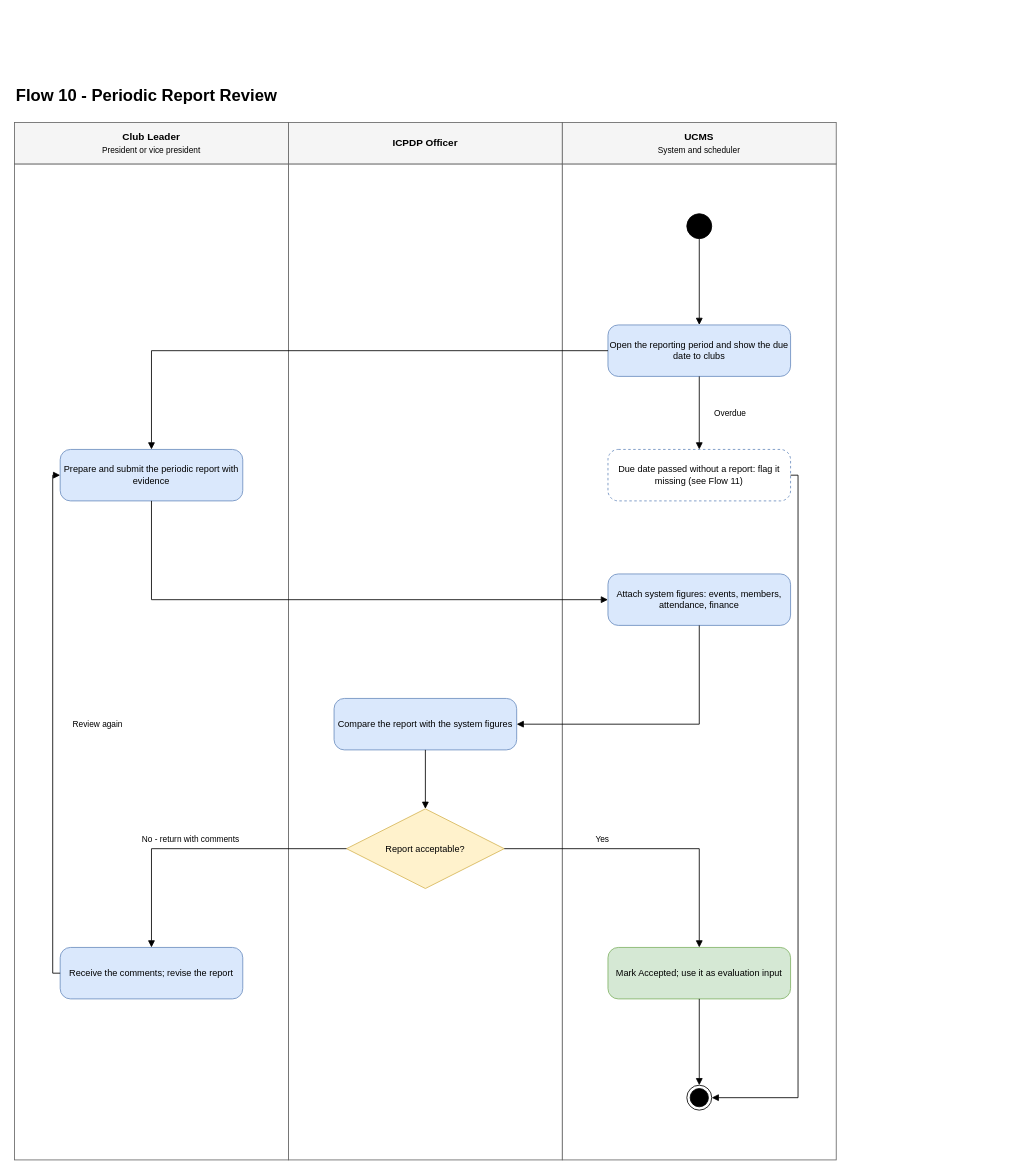
Above: page "10 Periodic Report" (10 of 14) of docs/03-diagrams/UCMS_Swimlane_Flows.drawio in nvdekay/ClubManagementSystem (draw.io), before the change. Source tidied: cells renumbered, new cells numbered last; positions are measured from the earlier drawing's top-left corner, leaving out a move shared by most shapes. Both pictures are drawn from the tidied source at 83%, with x=0, y=0 at pixel (14, 81).
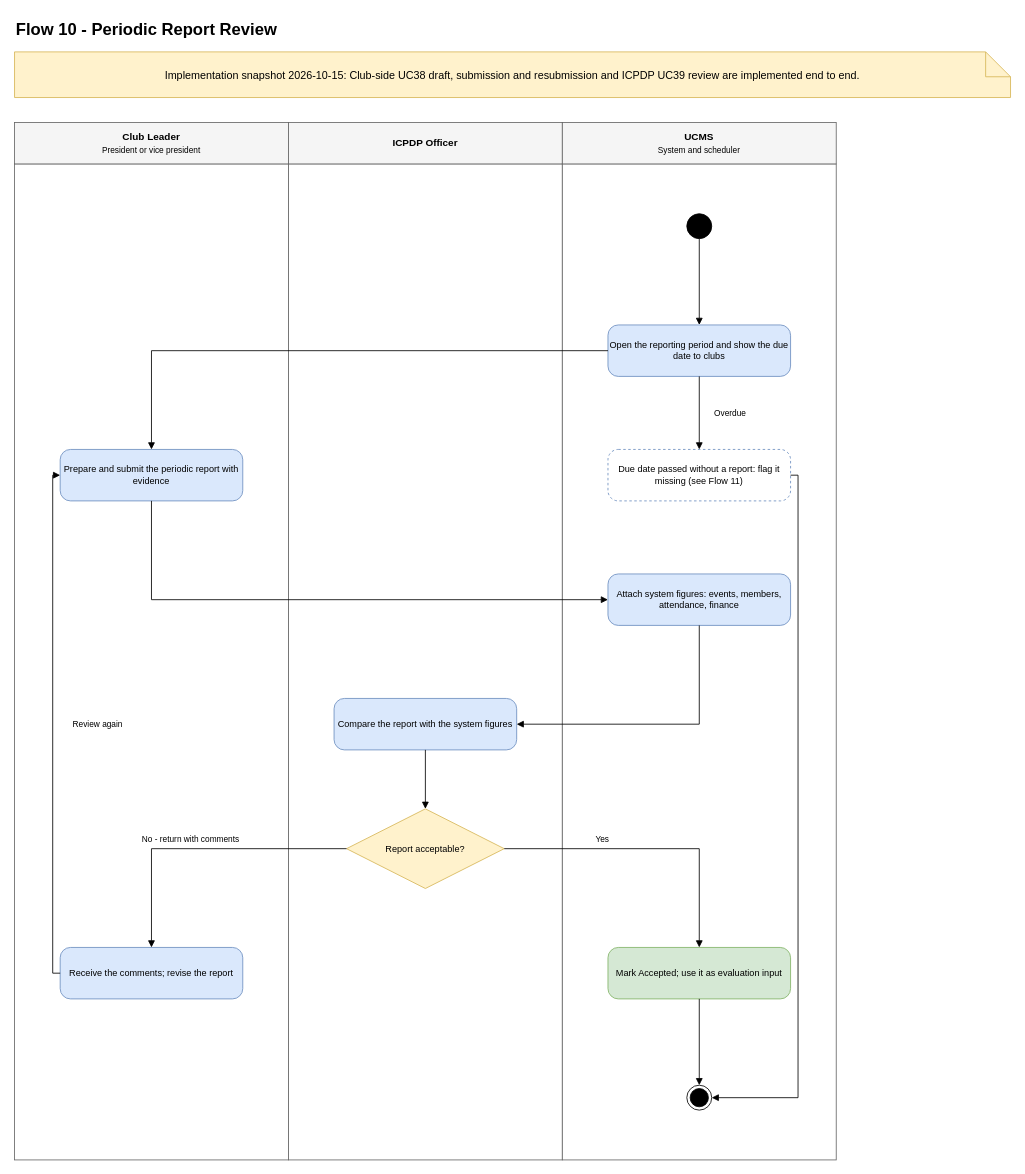
The same diagram, later.

What changed in the source:
```diff
@@
     <mxCell id="2" value="Flow 10 - Periodic Report Review" style="text;html=1;fontSize=20;fontStyle=1;align=left;verticalAlign=middle;" parent="1" vertex="1">
-      <mxGeometry width="990" height="34" as="geometry" />
+      <mxGeometry y="-80" width="990" height="34" as="geometry" />
     </mxCell>
@@
+    <mxCell id="34" value="Implementation snapshot 2026-10-15: Club-side UC38 draft, submission and resubmission and ICPDP UC39 review are implemented end to end." style="whiteSpace=wrap;html=1;fontFamily=Arial;fontSize=14;shape=note;fillColor=#fff2cc;strokeColor=#d6b656;fontSize=13;" parent="1" vertex="1">
+      <mxGeometry y="-35" width="1200" height="55" as="geometry" />
+    </mxCell>
```
